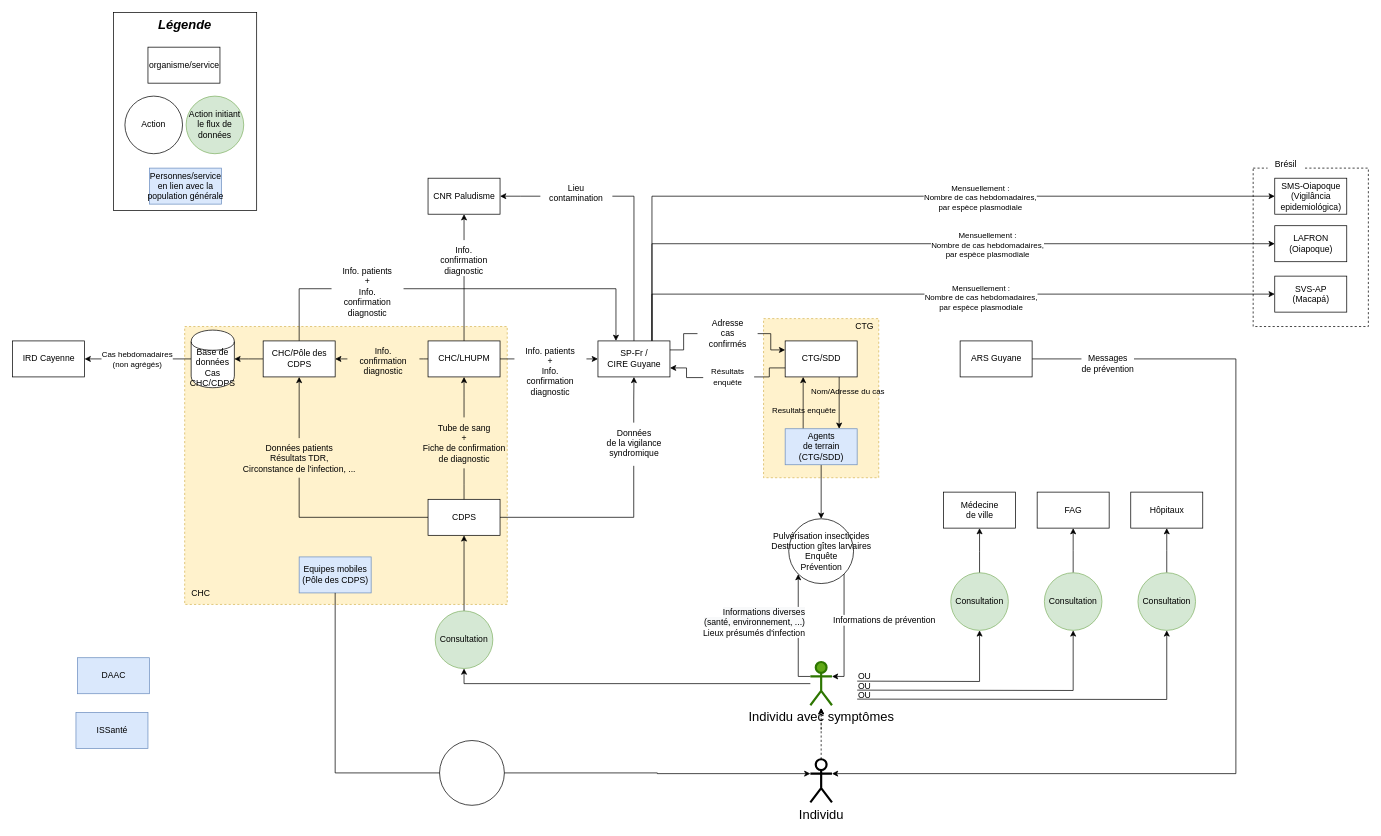
Above: Paludisme_FR-GF.drawio in EmmanuelRouxIRD/VigiFront-Saude (draw.io), before the change. Source tidied: cells renumbered, new cells numbered last; positions are measured from the earlier drawing's top-left corner, leaving out a move shared by most shapes. Both pictures are drawn from the tidied source at 72%, with x=0, y=0 at pixel (12, 12).
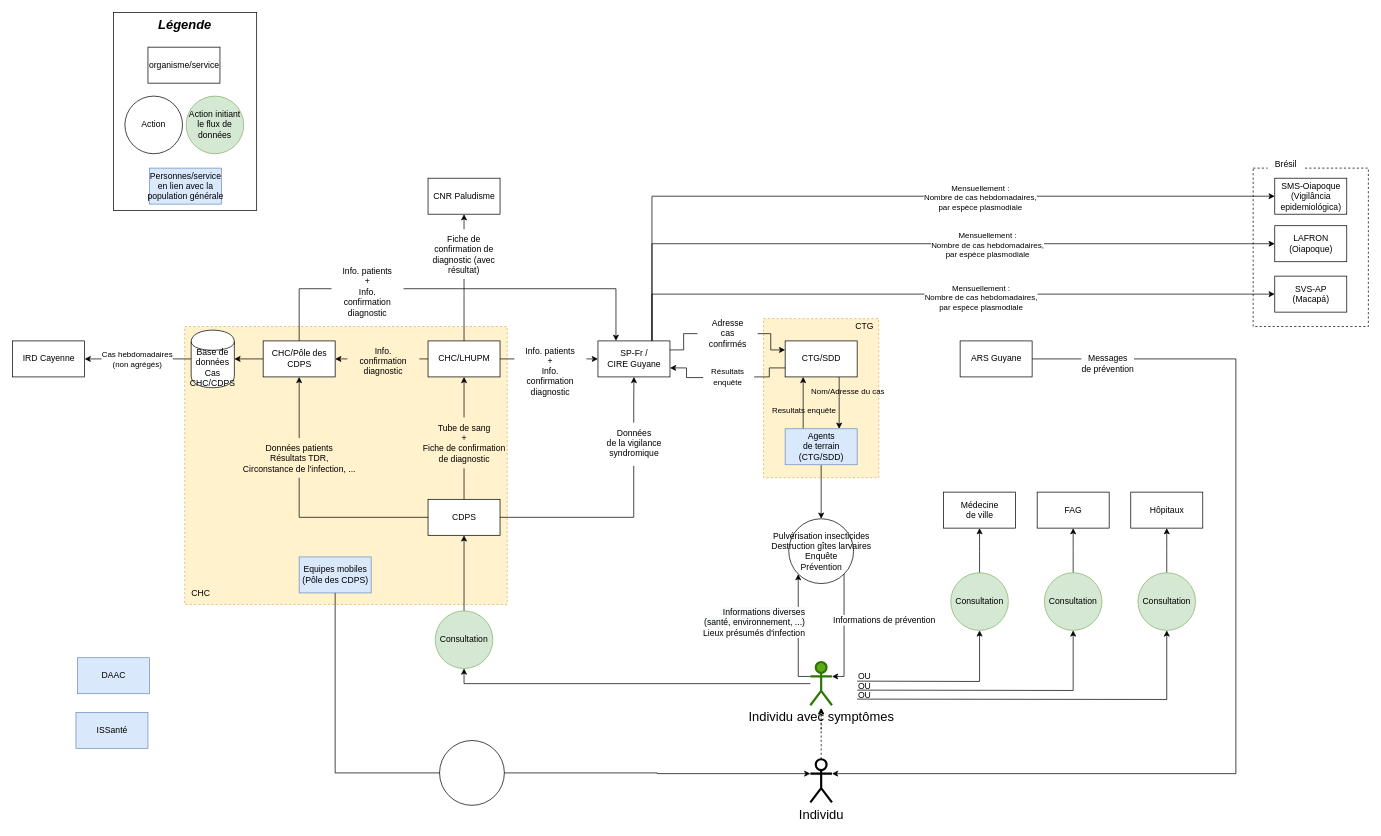
The same diagram, later.

Commit message:
Mettre à jour Paludisme_FR-GF.drawio

Unchanged cells that the change refers to:
```xml
<mxCell id="21" value="SP-Fr /&lt;br&gt;CIRE Guyane" style="html=1;dashed=0;whitespace=wrap;" parent="1" vertex="1">
  <mxGeometry x="813" y="456" width="100" height="50" as="geometry" />
</mxCell>
<mxCell id="22" value="CNR Paludisme" style="html=1;dashed=0;whitespace=wrap;" parent="1" vertex="1">
  <mxGeometry x="577" y="230" width="100" height="50" as="geometry" />
</mxCell>
<mxCell id="26" value="CHC/LHUPM" style="html=1;dashed=0;whitespace=wrap;" parent="1" vertex="1">
  <mxGeometry x="577" y="456" width="100" height="50" as="geometry" />
</mxCell>
```

The edit, as a diff of the source:
```diff
@@
-    <mxCell id="48" value="&lt;span style=&quot;color: rgb(0, 0, 0);&quot;&gt;Info.&lt;/span&gt;&lt;br style=&quot;color: rgb(0, 0, 0);&quot;&gt;&lt;span style=&quot;color: rgb(0, 0, 0);&quot;&gt;confirmation&lt;/span&gt;&lt;br style=&quot;color: rgb(0, 0, 0);&quot;&gt;&lt;span style=&quot;color: rgb(0, 0, 0);&quot;&gt;diagnostic&lt;/span&gt;" style="text;whiteSpace=wrap;html=1;fontColor=#3399FF;align=center;" parent="1" vertex="1">
-      <mxGeometry x="577" y="316" width="100" height="50" as="geometry" />
+    <mxCell id="48" value="&lt;span style=&quot;color: rgb(0, 0, 0);&quot;&gt;Fiche de&lt;/span&gt;&lt;br style=&quot;color: rgb(0, 0, 0);&quot;&gt;&lt;span style=&quot;color: rgb(0, 0, 0);&quot;&gt;confirmation de&lt;/span&gt;&lt;br style=&quot;color: rgb(0, 0, 0);&quot;&gt;&lt;span style=&quot;color: rgb(0, 0, 0);&quot;&gt;diagnostic (avec résultat)&lt;/span&gt;" style="text;whiteSpace=wrap;html=1;fontColor=#3399FF;align=center;" parent="1" vertex="1">
+      <mxGeometry x="577" y="301" width="100" height="50" as="geometry" />
     </mxCell>
-    <mxCell id="49" style="edgeStyle=orthogonalEdgeStyle;rounded=0;jettySize=auto;html=1;exitX=0.5;exitY=0;exitDx=0;exitDy=0;endArrow=none;entryX=0.5;entryY=1;entryDx=0;entryDy=0;" parent="1" edge="1" source="26" target="48">
-      <mxGeometry relative="1" as="geometry" />
+    <mxCell id="49" style="edgeStyle=orthogonalEdgeStyle;rounded=0;jettySize=auto;html=1;exitX=0.5;exitY=0;exitDx=0;exitDy=0;endArrow=none;" parent="1" edge="1" source="26">
+      <mxGeometry relative="1" as="geometry">
+        <mxPoint x="627" y="370" as="targetPoint" />
+      </mxGeometry>
     </mxCell>
@@
-    <mxCell id="52" style="edgeStyle=elbowEdgeStyle;rounded=0;jettySize=auto;html=1;exitX=0;exitY=0.5;exitDx=0;exitDy=0;entryX=1;entryY=0.5;entryDx=0;entryDy=0;strokeWidth=1;fontColor=#3399FF;" parent="1" edge="1" source="53" target="22">
-      <mxGeometry relative="1" as="geometry" />
-    </mxCell>
-    <mxCell id="53" value="&lt;span style=&quot;color: rgb(0, 0, 0);&quot;&gt;Lieu&lt;br&gt;contamination&lt;/span&gt;" style="text;whiteSpace=wrap;html=1;fontColor=#3399FF;align=center;" parent="1" vertex="1">
-      <mxGeometry x="733" y="230" width="100" height="50" as="geometry" />
-    </mxCell>
-    <mxCell id="54" style="edgeStyle=elbowEdgeStyle;rounded=0;jettySize=auto;html=1;entryX=1;entryY=0.5;entryDx=0;entryDy=0;exitX=0.5;exitY=0;exitDx=0;exitDy=0;endArrow=none;" parent="1" edge="1" source="21" target="53">
-      <mxGeometry relative="1" as="geometry">
-        <Array as="points">
-          <mxPoint x="863" y="406" />
-        </Array>
-      </mxGeometry>
-    </mxCell>
```
